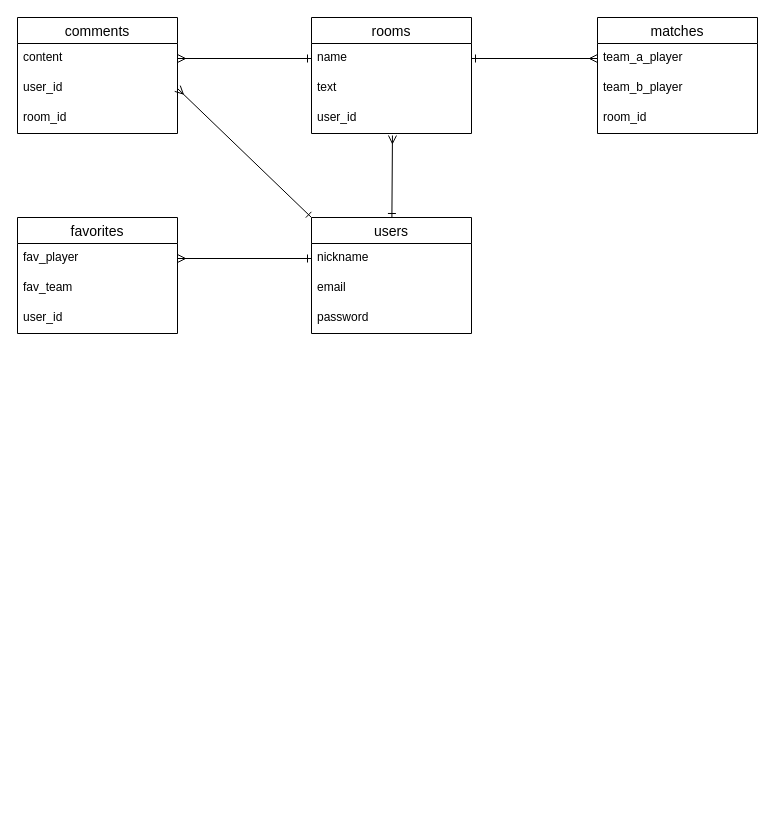
yutasato21/NJPW_chat keeps this draw.io diagram as NJPW_chat.dio. Above is the earlier version. Source tidied: cells renumbered, new cells numbered last; positions are measured from the earlier drawing's top-left corner, leaving out a move shared by most shapes. Both pictures are drawn from the tidied source at 100%, with x=0, y=0 at pixel (17, 17).
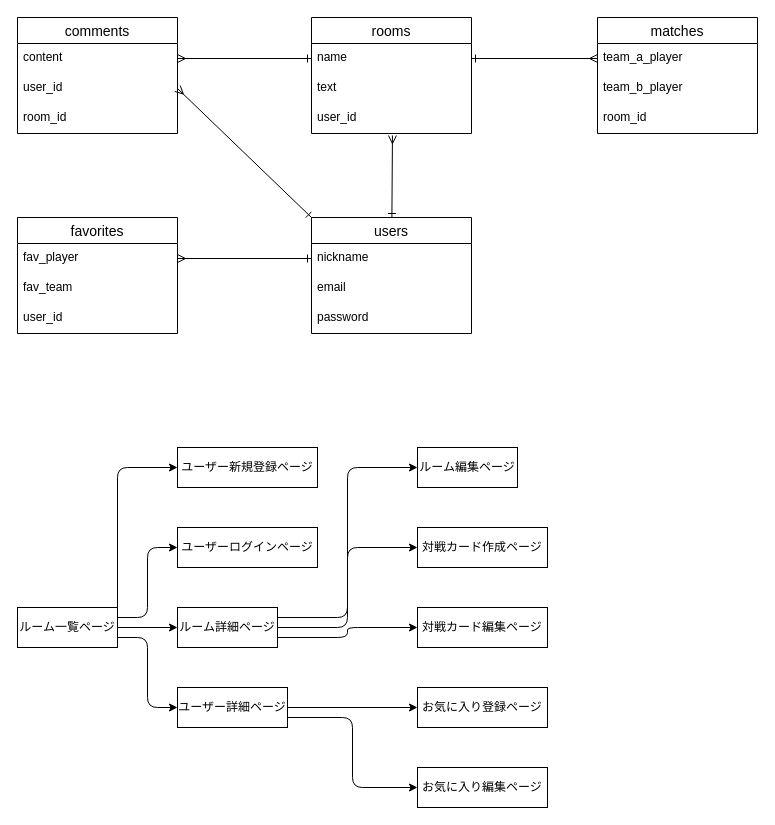
After the change.

Commit message (it also covers changes not shown here):
README追記、ER図追記

Diff of the diagram source:
```diff
@@
+    <mxCell id="27" style="edgeStyle=orthogonalEdgeStyle;html=1;exitX=1;exitY=0.5;exitDx=0;exitDy=0;entryX=0;entryY=0.5;entryDx=0;entryDy=0;elbow=vertical;" parent="1" edge="1" source="31" target="37">
+      <mxGeometry relative="1" as="geometry" />
+    </mxCell>
+    <mxCell id="28" style="edgeStyle=orthogonalEdgeStyle;html=1;exitX=1;exitY=0.75;exitDx=0;exitDy=0;entryX=0;entryY=0.5;entryDx=0;entryDy=0;elbow=vertical;" parent="1" edge="1" source="31" target="40">
+      <mxGeometry relative="1" as="geometry" />
+    </mxCell>
+    <mxCell id="29" style="edgeStyle=orthogonalEdgeStyle;html=1;exitX=1;exitY=0.25;exitDx=0;exitDy=0;entryX=0;entryY=0.5;entryDx=0;entryDy=0;elbow=vertical;" parent="1" edge="1" source="31" target="33">
+      <mxGeometry relative="1" as="geometry" />
+    </mxCell>
+    <mxCell id="30" style="edgeStyle=orthogonalEdgeStyle;html=1;exitX=1;exitY=0;exitDx=0;exitDy=0;entryX=0;entryY=0.5;entryDx=0;entryDy=0;elbow=vertical;" parent="1" edge="1" source="31" target="32">
+      <mxGeometry relative="1" as="geometry" />
+    </mxCell>
+    <mxCell id="31" value="ルーム一覧ページ" style="whiteSpace=wrap;html=1;align=center;" parent="1" vertex="1">
+      <mxGeometry y="590" width="100" height="40" as="geometry" />
+    </mxCell>
+    <mxCell id="32" value="ユーザー新規登録ページ" style="whiteSpace=wrap;html=1;align=center;" parent="1" vertex="1">
+      <mxGeometry x="160" y="430" width="140" height="40" as="geometry" />
+    </mxCell>
+    <mxCell id="33" value="ユーザーログインページ" style="whiteSpace=wrap;html=1;align=center;" parent="1" vertex="1">
+      <mxGeometry x="160" y="510" width="140" height="40" as="geometry" />
+    </mxCell>
+    <mxCell id="34" style="edgeStyle=orthogonalEdgeStyle;html=1;exitX=1;exitY=0.5;exitDx=0;exitDy=0;entryX=0;entryY=0.5;entryDx=0;entryDy=0;elbow=vertical;" parent="1" edge="1" source="37" target="41">
+      <mxGeometry relative="1" as="geometry" />
+    </mxCell>
+    <mxCell id="35" style="edgeStyle=orthogonalEdgeStyle;html=1;exitX=1;exitY=0.75;exitDx=0;exitDy=0;entryX=0;entryY=0.5;entryDx=0;entryDy=0;elbow=vertical;" parent="1" edge="1" source="37" target="43">
+      <mxGeometry relative="1" as="geometry" />
+    </mxCell>
+    <mxCell id="36" style="edgeStyle=orthogonalEdgeStyle;html=1;exitX=1;exitY=0.25;exitDx=0;exitDy=0;entryX=0;entryY=0.5;entryDx=0;entryDy=0;elbow=vertical;" parent="1" edge="1" source="37" target="42">
+      <mxGeometry relative="1" as="geometry" />
+    </mxCell>
+    <mxCell id="37" value="ルーム詳細ページ" style="whiteSpace=wrap;html=1;align=center;" parent="1" vertex="1">
+      <mxGeometry x="160" y="590" width="100" height="40" as="geometry" />
+    </mxCell>
+    <mxCell id="38" style="edgeStyle=orthogonalEdgeStyle;html=1;exitX=1;exitY=0.5;exitDx=0;exitDy=0;entryX=0;entryY=0.5;entryDx=0;entryDy=0;elbow=vertical;" parent="1" edge="1" source="40" target="44">
+      <mxGeometry relative="1" as="geometry" />
+    </mxCell>
+    <mxCell id="39" style="edgeStyle=orthogonalEdgeStyle;html=1;exitX=1;exitY=0.75;exitDx=0;exitDy=0;entryX=0;entryY=0.5;entryDx=0;entryDy=0;elbow=vertical;" parent="1" edge="1" source="40" target="45">
+      <mxGeometry relative="1" as="geometry" />
+    </mxCell>
+    <mxCell id="40" value="ユーザー詳細ページ" style="whiteSpace=wrap;html=1;align=center;" parent="1" vertex="1">
+      <mxGeometry x="160" y="670" width="110" height="40" as="geometry" />
+    </mxCell>
+    <mxCell id="41" value="対戦カード作成ページ" style="whiteSpace=wrap;html=1;align=center;" parent="1" vertex="1">
+      <mxGeometry x="400" y="510" width="130" height="40" as="geometry" />
+    </mxCell>
+    <mxCell id="42" value="ルーム編集ページ" style="whiteSpace=wrap;html=1;align=center;" parent="1" vertex="1">
+      <mxGeometry x="400" y="430" width="100" height="40" as="geometry" />
+    </mxCell>
+    <mxCell id="43" value="対戦カード編集ページ" style="whiteSpace=wrap;html=1;align=center;" parent="1" vertex="1">
+      <mxGeometry x="400" y="590" width="130" height="40" as="geometry" />
+    </mxCell>
+    <mxCell id="44" value="お気に入り登録ページ" style="whiteSpace=wrap;html=1;align=center;" parent="1" vertex="1">
+      <mxGeometry x="400" y="670" width="130" height="40" as="geometry" />
+    </mxCell>
+    <mxCell id="45" value="お気に入り編集ページ" style="whiteSpace=wrap;html=1;align=center;" parent="1" vertex="1">
+      <mxGeometry x="400" y="750" width="130" height="40" as="geometry" />
+    </mxCell>
```
